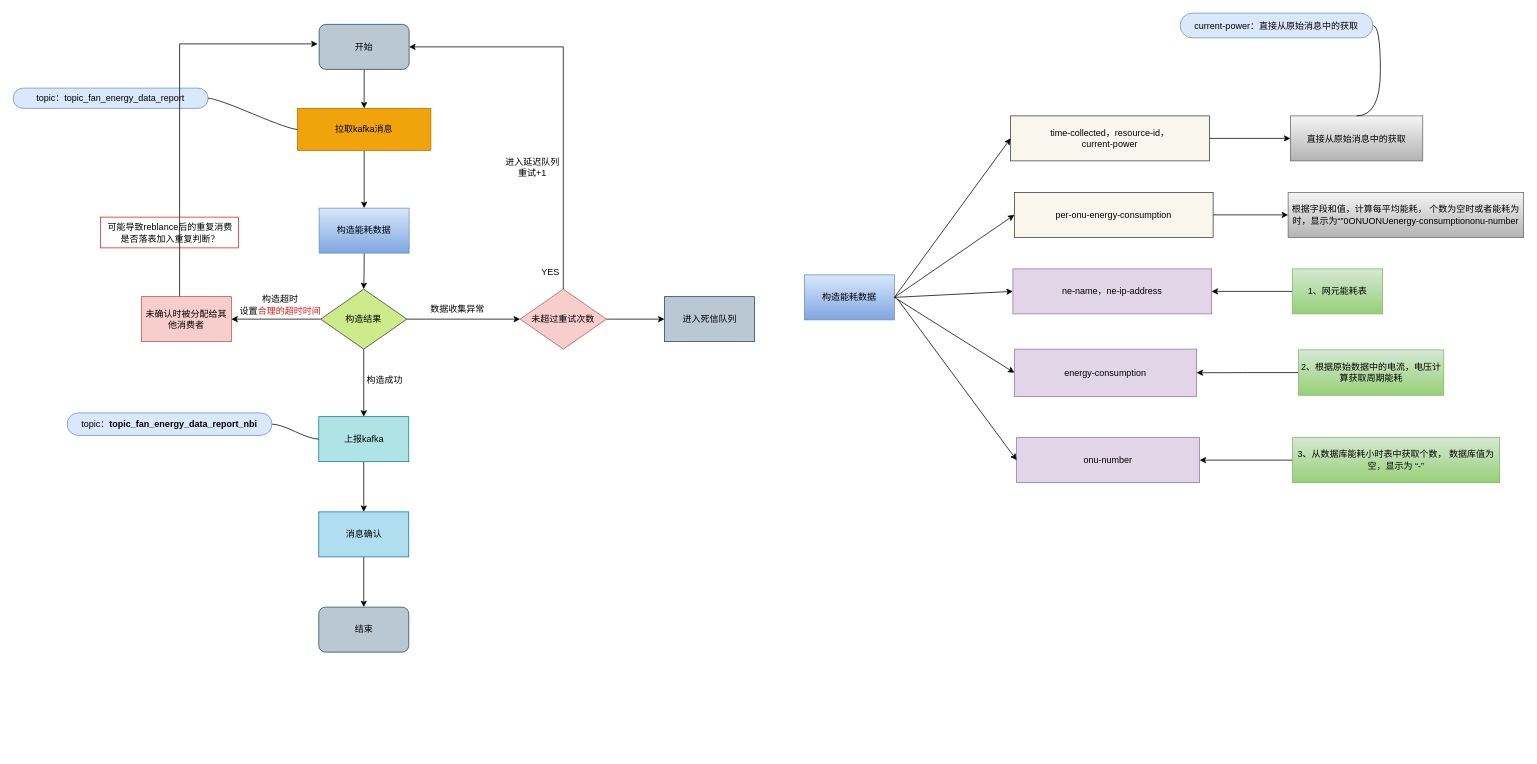
IrvingLiang/Demo keeps this draw.io diagram as 能耗数据上报.drawio. Above is the earlier version. Source tidied: cells renumbered, new cells numbered last; positions are measured from the earlier drawing's top-left corner, leaving out a move shared by most shapes. Both pictures are drawn from the tidied source at 75%, with x=0, y=0 at pixel (13, 13).
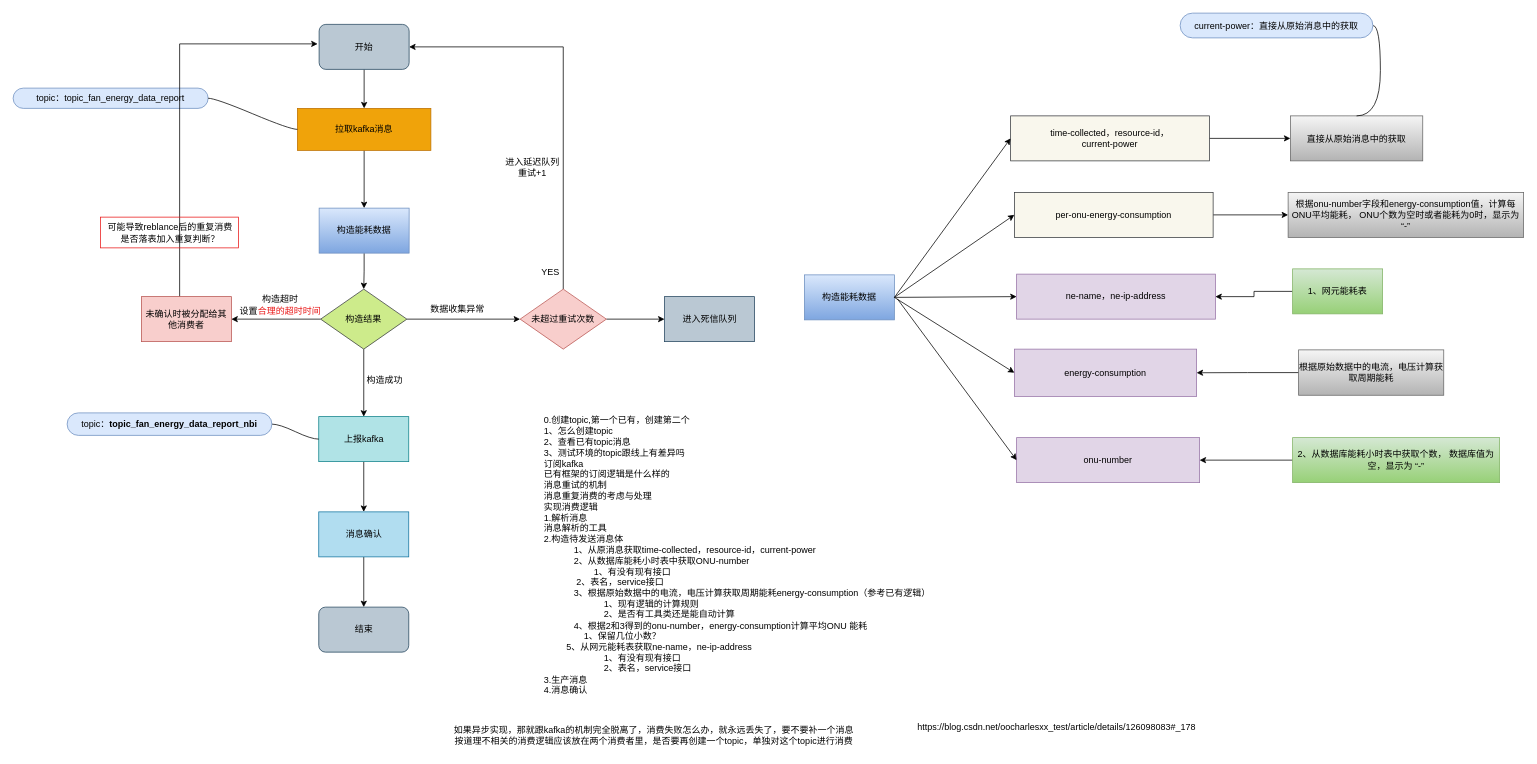
The same diagram, later.

Commit message:
更新能耗数据上报.drawio

The edit, as a diff of the source:
```diff
@@
     <mxCell id="38" value="ne-name，ne-ip-address" style="rounded=0;whiteSpace=wrap;html=1;fillColor=#e1d5e7;strokeColor=#9673a6;" parent="1" vertex="1">
-      <mxGeometry x="1333" y="341" width="265" height="60" as="geometry" />
+      <mxGeometry x="1338" y="348" width="265" height="60" as="geometry" />
     </mxCell>
@@
-    <mxCell id="41" value="2、根据原始数据中的电流，电压计算获取周期能耗" style="whiteSpace=wrap;html=1;fillColor=#d5e8d4;gradientColor=#97d077;strokeColor=#82b366;" parent="1" vertex="1">
+    <mxCell id="41" value="根据原始数据中的电流，电压计算获取周期能耗" style="whiteSpace=wrap;html=1;fillColor=#f5f5f5;gradientColor=#b3b3b3;strokeColor=#666666;" parent="1" vertex="1">
       <mxGeometry x="1714" y="449" width="193.5" height="60.5" as="geometry" />
     </mxCell>
@@
-    <mxCell id="47" value="根据字段和值，计算每平均能耗， 个数为空时或者能耗为时，显示为“”&lt;span lang=&quot;EN-US&quot;&gt;0&lt;/span&gt;&lt;span lang=&quot;EN-US&quot;&gt;ONU&lt;/span&gt;&lt;span lang=&quot;EN-US&quot;&gt;ONU&lt;/span&gt;&lt;span lang=&quot;EN-US&quot;&gt;energy-consumption&lt;/span&gt;&lt;span lang=&quot;EN-US&quot;&gt;onu-number&lt;/span&gt;&lt;span style=&quot;font-size:10.5pt;font-family:宋体;&lt;br/&gt;mso-bidi-font-family:宋体;mso-ansi-language:EN-US;mso-fareast-language:ZH-CN;&lt;br/&gt;mso-bidi-language:AR-SA&quot;&gt;&lt;/span&gt;" style="whiteSpace=wrap;html=1;rounded=0;fillColor=#f5f5f5;gradientColor=#b3b3b3;strokeColor=#666666;" parent="1" vertex="1">
+    <mxCell id="47" value="根据onu-number字段和energy-consumption值，计算每ONU平均能耗， ONU个数为空时或者能耗为0时，显示为“-”" style="whiteSpace=wrap;html=1;rounded=0;fillColor=#f5f5f5;gradientColor=#b3b3b3;strokeColor=#666666;" parent="1" vertex="1">
       <mxGeometry x="1700" y="239" width="314" height="60" as="geometry" />
     </mxCell>
@@
-    <mxCell id="50" value="3、从数据库能耗小时表中获取个数， 数据库值为空，显示为 “-”&lt;span style=&quot;font-size:10.5pt;font-family:宋体;&lt;br/&gt;mso-bidi-font-family:宋体;mso-ansi-language:EN-US;mso-fareast-language:ZH-CN;&lt;br/&gt;mso-bidi-language:AR-SA&quot;&gt;&lt;/span&gt;" style="whiteSpace=wrap;html=1;fillColor=#d5e8d4;gradientColor=#97d077;strokeColor=#82b366;" parent="1" vertex="1">
+    <mxCell id="50" value="2、从数据库能耗小时表中获取个数， 数据库值为空，显示为 “-”&lt;span style=&quot;font-size:10.5pt;font-family:宋体;&lt;br/&gt;mso-bidi-font-family:宋体;mso-ansi-language:EN-US;mso-fareast-language:ZH-CN;&lt;br/&gt;mso-bidi-language:AR-SA&quot;&gt;&lt;/span&gt;" style="whiteSpace=wrap;html=1;fillColor=#d5e8d4;gradientColor=#97d077;strokeColor=#82b366;" parent="1" vertex="1">
       <mxGeometry x="1706" y="566" width="276" height="60" as="geometry" />
     </mxCell>
@@
+    <mxCell id="56" value="0.创建topic,第一个已有，创建第二个&lt;br&gt;&lt;span style=&quot;&quot;&gt; &lt;/span&gt;1、怎么创建topic&lt;br&gt;&lt;span style=&quot;&quot;&gt; &lt;/span&gt;2、查看已有topic消息&lt;br&gt;&lt;span style=&quot;&quot;&gt; &lt;/span&gt;3、测试环境的topic跟线上有差异吗&lt;br&gt;订阅kafka&lt;br&gt;&lt;span style=&quot;&quot;&gt; &lt;/span&gt;已有框架的订阅逻辑是什么样的&lt;br&gt;&lt;span style=&quot;&quot;&gt; &lt;/span&gt;消息重试的机制&lt;br&gt;&lt;span style=&quot;&quot;&gt; &lt;/span&gt;消息重复消费的考虑与处理&lt;br&gt;实现消费逻辑&lt;br&gt;&lt;span style=&quot;&quot;&gt; &lt;/span&gt;1.解析消息&lt;br&gt;&lt;span style=&quot;&quot;&gt; &lt;/span&gt;消息解析的工具&lt;br&gt;2.构造待发送消息体&lt;br&gt;&lt;blockquote style=&quot;margin: 0 0 0 40px; border: none; padding: 0px;&quot;&gt;1、从原消息获取time-collected，resource-id，&lt;span style=&quot;&quot;&gt;current-power&lt;br&gt;&lt;/span&gt;2、从数据库能耗小时表中获取ONU-number&lt;/blockquote&gt;&lt;blockquote style=&quot;margin: 0 0 0 40px; border: none; padding: 0px;&quot;&gt;&amp;nbsp; &amp;nbsp; &amp;nbsp; &amp;nbsp; 1、有没有现有接口&lt;/blockquote&gt;&lt;blockquote style=&quot;margin: 0 0 0 40px; border: none; padding: 0px;&quot;&gt;&lt;span style=&quot;&quot;&gt; &lt;/span&gt;&lt;span style=&quot;white-space: pre;&quot;&gt; &lt;/span&gt;2、表名，service接口&lt;br&gt;3、根据原始数据中的电流，电压计算获取周期能耗energy-consumption（参考已有逻辑）&lt;/blockquote&gt;&lt;blockquote style=&quot;margin: 0 0 0 40px; border: none; padding: 0px;&quot;&gt;&lt;blockquote style=&quot;margin: 0 0 0 40px; border: none; padding: 0px;&quot;&gt;1、现有逻辑的计算规则&lt;/blockquote&gt;&lt;blockquote style=&quot;margin: 0 0 0 40px; border: none; padding: 0px;&quot;&gt;2、是否有工具类还是能自动计算&lt;/blockquote&gt;&lt;/blockquote&gt;&lt;blockquote style=&quot;margin: 0 0 0 40px; border: none; padding: 0px;&quot;&gt;4、根据2和3得到的onu-number，energy-consumption计算平均ONU 能耗&lt;/blockquote&gt;&lt;blockquote style=&quot;margin: 0 0 0 40px; border: none; padding: 0px;&quot;&gt;&lt;span style=&quot;white-space: pre;&quot;&gt; &lt;/span&gt;&amp;nbsp; &amp;nbsp;1、保留几位小数？&lt;br&gt;&lt;/blockquote&gt;&lt;span style=&quot;&quot;&gt; &lt;/span&gt;&amp;nbsp; &amp;nbsp; &lt;span style=&quot;white-space: pre;&quot;&gt; &lt;/span&gt;&amp;nbsp; &amp;nbsp; 5、从网元能耗表获取ne-name，ne-ip-address&lt;br&gt;&lt;span style=&quot;&quot;&gt; &lt;/span&gt;&lt;span style=&quot;&quot;&gt; &lt;/span&gt;&lt;span style=&quot;&quot;&gt; &lt;/span&gt;&lt;blockquote style=&quot;margin: 0 0 0 40px; border: none; padding: 0px;&quot;&gt;&lt;blockquote style=&quot;border: none; margin: 0px 0px 0px 40px; padding: 0px;&quot;&gt;1、有没有现有接口&lt;/blockquote&gt;&lt;blockquote style=&quot;border: none; margin: 0px 0px 0px 40px; padding: 0px;&quot;&gt; 2、表名，service接口&lt;/blockquote&gt;&lt;/blockquote&gt;3.生产消息&lt;br&gt;4.消息确认" style="text;html=1;align=left;verticalAlign=middle;strokeColor=none;fillColor=none;" parent="1" vertex="1">
+      <mxGeometry x="706" y="530" width="533" height="386" as="geometry" />
+    </mxCell>
+    <mxCell id="57" value="如果异步实现，那就跟kafka的机制完全脱离了，消费失败怎么办，就永远丢失了，要不要补一个消息&lt;br&gt;按道理不相关的消费逻辑应该放在两个消费者里，是否要再创建一个topic，单独对这个topic进行消费" style="text;html=1;align=center;verticalAlign=middle;strokeColor=none;fillColor=none;" parent="1" vertex="1">
+      <mxGeometry x="578" y="942" width="551" height="41" as="geometry" />
+    </mxCell>
+    <mxCell id="58" value="https://blog.csdn.net/oocharlesxx_test/article/details/126098083#_178" style="text;html=1;align=center;verticalAlign=middle;strokeColor=none;fillColor=none;" parent="1" vertex="1">
+      <mxGeometry x="1196" y="939" width="389" height="26" as="geometry" />
+    </mxCell>
```
